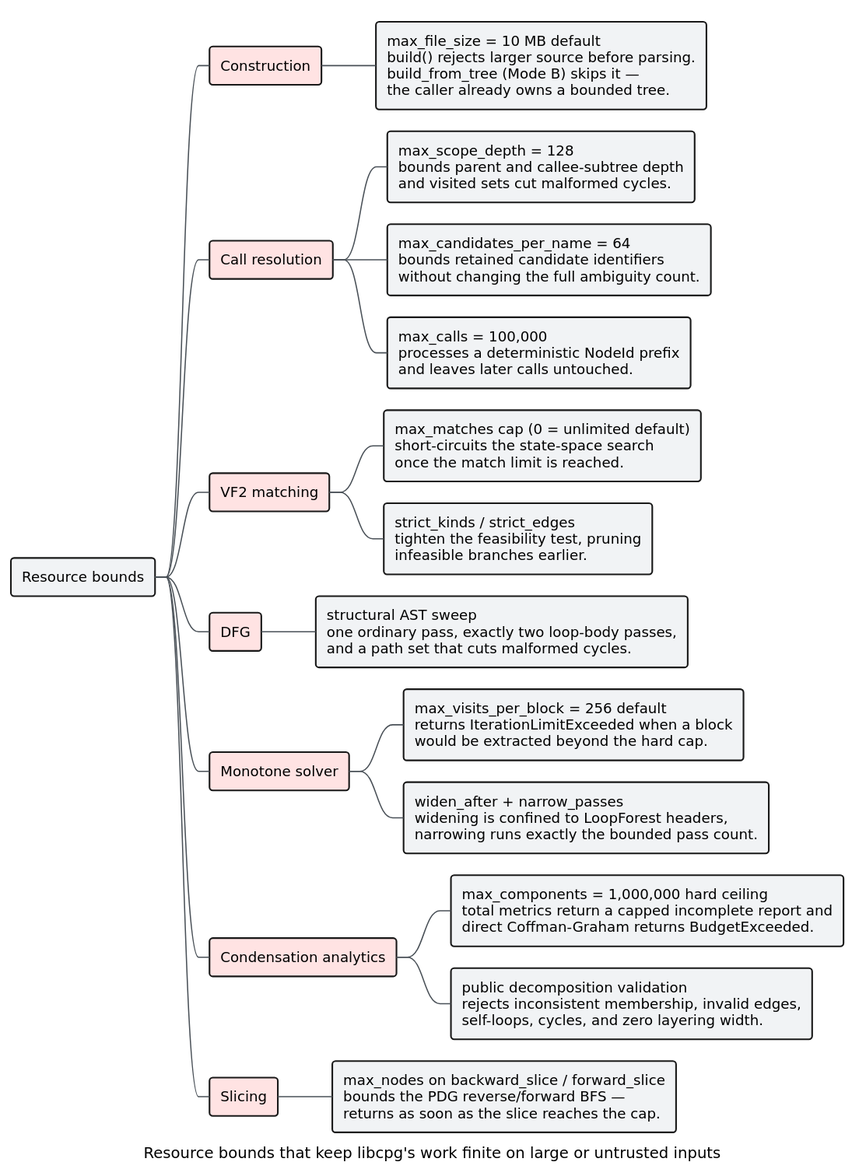
The PlantUML diagram docs/diagrams/resource-bounds.svg in vinary-tree/libcpg, before a commit. Its source is kept beside it as docs/diagrams/resource-bounds.puml.
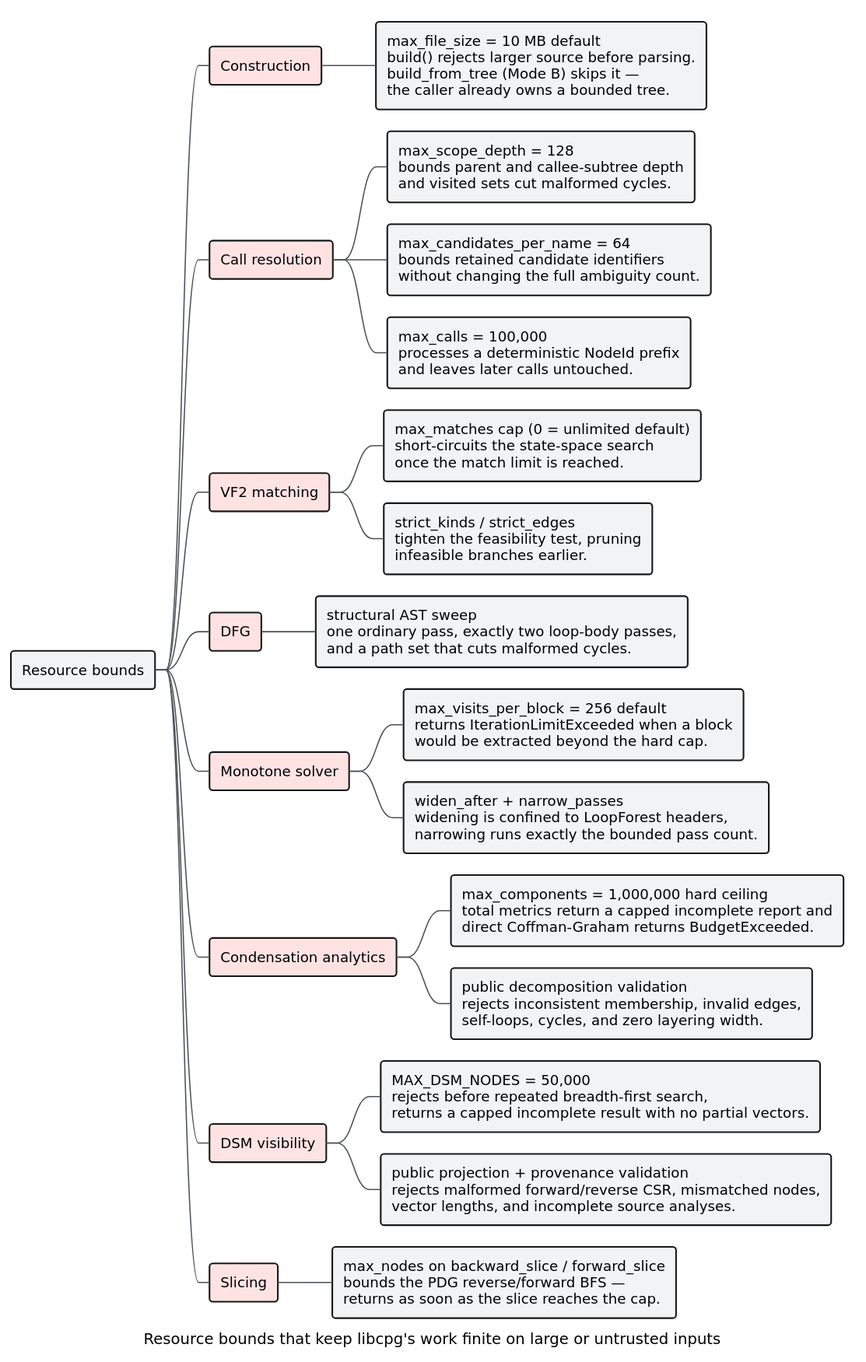
After the commit.

The edit, as a diff of the source:
```diff
@@ -43,6 +43,13 @@
 ***[#F1F3F5]:public decomposition validation
 rejects inconsistent membership, invalid edges,
 self-loops, cycles, and zero layering width.;
+**[#FFE3E3] DSM visibility
+***[#F1F3F5]:MAX_DSM_NODES = 50,000
+rejects before repeated breadth-first search,
+returns a capped incomplete result with no partial vectors.;
+***[#F1F3F5]:public projection + provenance validation
+rejects malformed forward/reverse CSR, mismatched nodes,
+vector lengths, and incomplete source analyses.;
 **[#FFE3E3] Slicing
 ***[#F1F3F5]:max_nodes on backward_slice / forward_slice
 bounds the PDG reverse/forward BFS —
```
